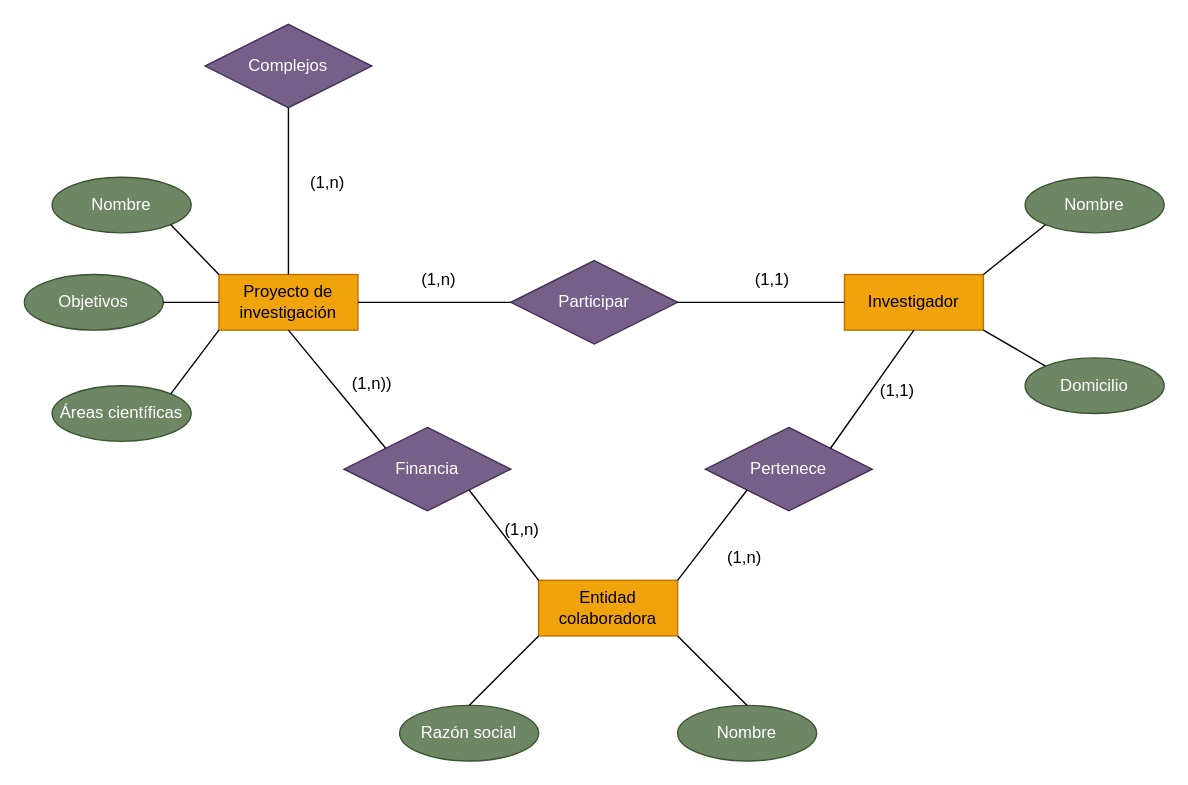
This is ej14.drawio from oscaralvarezz/BBDD, a draw.io file, before an edit. Source tidied: cells renumbered, new cells numbered last; positions are measured from the earlier drawing's top-left corner, leaving out a move shared by most shapes. Both pictures are drawn from the tidied source at 139%, with x=0, y=0 at pixel (24, 24).
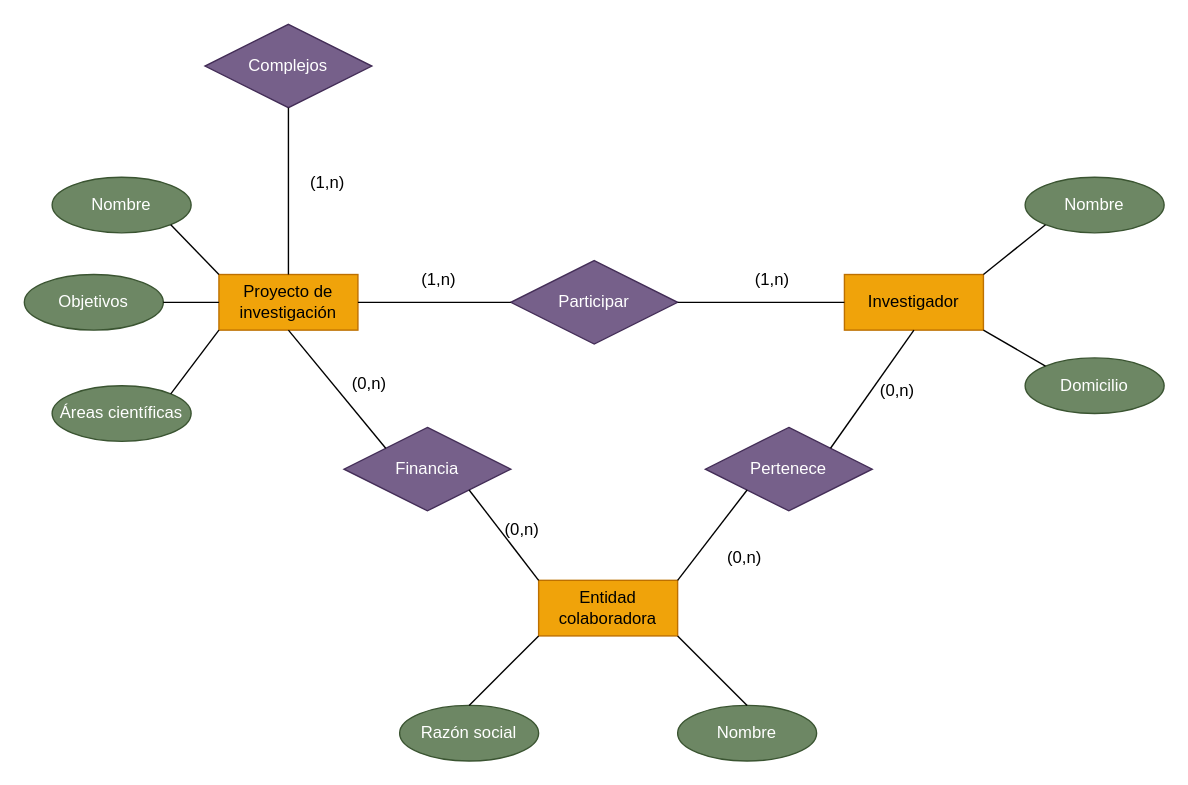
Above is the later version.

Change to the diagram source:
```diff
@@
-    <mxCell id="30" value="(1,n))" style="text;strokeColor=none;fillColor=none;spacingLeft=4;spacingRight=4;overflow=hidden;fontSize=12;" parent="1" vertex="1">
+    <mxCell id="30" value="(0,n)" style="text;strokeColor=none;fillColor=none;spacingLeft=4;spacingRight=4;overflow=hidden;fontSize=12;" parent="1" vertex="1">
       <mxGeometry x="230" y="245" width="40" height="30" as="geometry" />
     </mxCell>
-    <mxCell id="31" value="(1,n)" style="text;strokeColor=none;fillColor=none;spacingLeft=4;spacingRight=4;overflow=hidden;fontSize=12;" parent="1" vertex="1">
+    <mxCell id="31" value="(0,n)" style="text;strokeColor=none;fillColor=none;spacingLeft=4;spacingRight=4;overflow=hidden;fontSize=12;" parent="1" vertex="1">
       <mxGeometry x="340" y="350" width="40" height="30" as="geometry" />
     </mxCell>
@@
-    <mxCell id="33" value="(1,1)" style="text;strokeColor=none;fillColor=none;spacingLeft=4;spacingRight=4;overflow=hidden;fontSize=12;" parent="1" vertex="1">
+    <mxCell id="33" value="(1,n)" style="text;strokeColor=none;fillColor=none;spacingLeft=4;spacingRight=4;overflow=hidden;fontSize=12;" parent="1" vertex="1">
       <mxGeometry x="520" y="170" width="40" height="30" as="geometry" />
     </mxCell>
-    <mxCell id="34" value="(1,1)" style="text;strokeColor=none;fillColor=none;spacingLeft=4;spacingRight=4;overflow=hidden;fontSize=12;" parent="1" vertex="1">
+    <mxCell id="34" value="(0,n)" style="text;strokeColor=none;fillColor=none;spacingLeft=4;spacingRight=4;overflow=hidden;fontSize=12;" parent="1" vertex="1">
       <mxGeometry x="610" y="250" width="50" height="30" as="geometry" />
     </mxCell>
-    <mxCell id="35" value="(1,n)" style="text;strokeColor=none;fillColor=none;spacingLeft=4;spacingRight=4;overflow=hidden;fontSize=12;" parent="1" vertex="1">
+    <mxCell id="35" value="(0,n)" style="text;strokeColor=none;fillColor=none;spacingLeft=4;spacingRight=4;overflow=hidden;fontSize=12;" parent="1" vertex="1">
       <mxGeometry x="500" y="370" width="40" height="30" as="geometry" />
     </mxCell>
```
